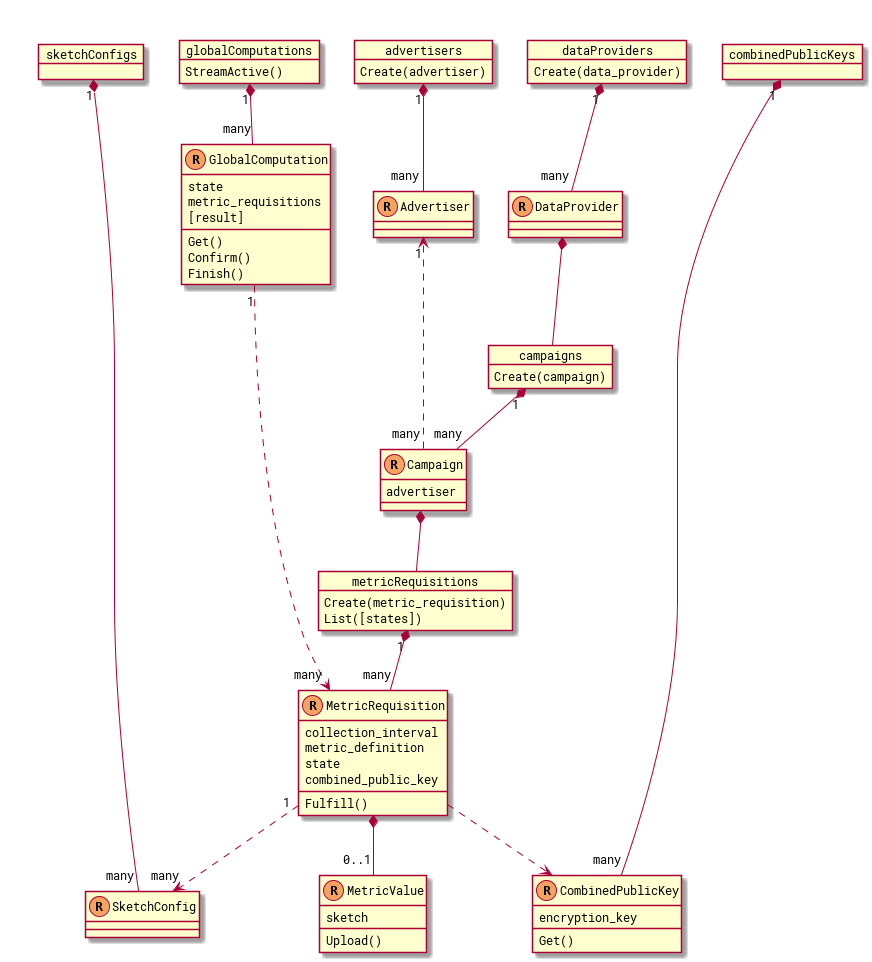
This is docs/api_resources.png from world-federation-of-advertisers/cross-media-measurement, a PlantUML export, as it was before one commit. Its source is kept beside it as docs/api_resources.pu.
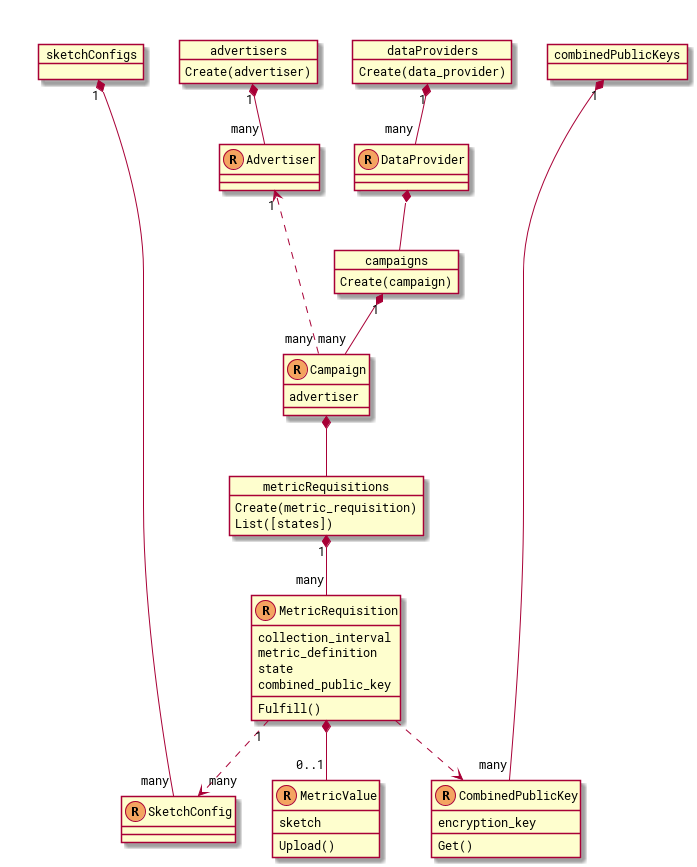
Above is the later version.

Commit message:
Remove GlobalComputation from resource diagram.

Bug: 169974020

The edit, as a diff of the source:
```diff
@@ -22,14 +22,6 @@
   encryption_key
   Get()
 }
-resource(GlobalComputation) {
-  state
-  metric_requisitions
-  [result]
-  Get()
-  Confirm()
-  Finish()
-}
 
 together {
   collection(dataProviders, DataProvider) {
@@ -41,9 +33,6 @@
   collection(sketchConfigs, SketchConfig) {
   }
   collection(combinedPublicKeys, CombinedPublicKey) {
-  }
-  collection(globalComputations, GlobalComputation) {
-    StreamActive()
   }
 }
 
@@ -78,8 +67,6 @@
 MetricRequisition "1" ..> "many" SketchConfig
 MetricRequisition ..> CombinedPublicKey
 
-GlobalComputation "1" ..> "many" MetricRequisition
-
 Advertiser -[hidden]> DataProvider
 
 @enduml
```
